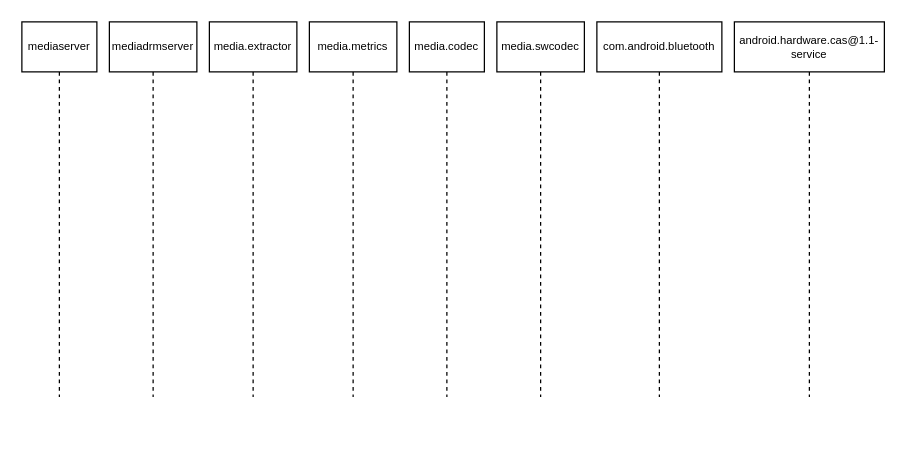
abhishekkumardwivedi/mindmap keeps this draw.io diagram as page "Page-4" (4 of 5) of flow.drawio. Above is the earlier version. Source tidied: cells renumbered, new cells numbered last; positions are measured from the earlier drawing's top-left corner, leaving out a move shared by most shapes. Both pictures are drawn from the tidied source at 125%, with x=0, y=0 at pixel (21, 21).
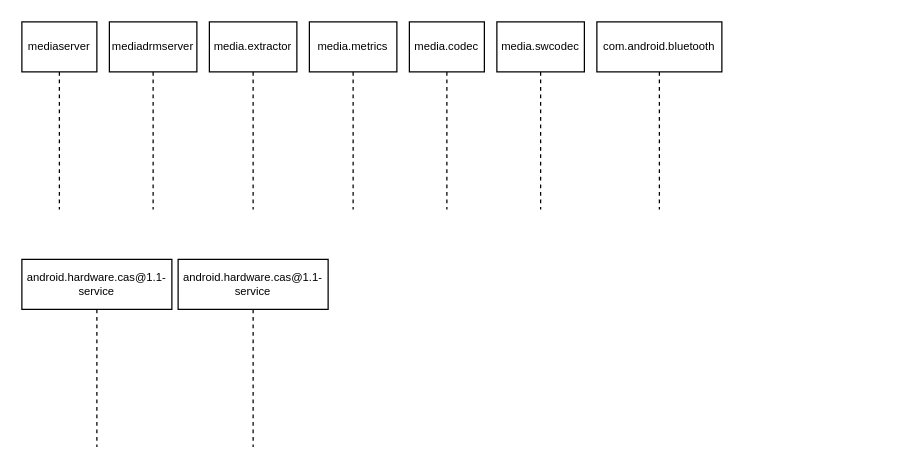
After the change.

What changed in the source:
```diff
@@
 <mxGraphModel>
   <root>
     <mxCell id="0" />
     <mxCell id="1" parent="0" />
     <mxCell id="2" value="mediaserver" style="shape=umlLifeline;perimeter=lifelinePerimeter;whiteSpace=wrap;html=1;fontSize=9;" parent="1" vertex="1">
-      <mxGeometry width="60" height="300" as="geometry" />
+      <mxGeometry width="60" height="150" as="geometry" />
     </mxCell>
     <mxCell id="3" value="mediadrmserver" style="shape=umlLifeline;perimeter=lifelinePerimeter;whiteSpace=wrap;html=1;fontSize=9;" parent="1" vertex="1">
-      <mxGeometry x="70" width="70" height="300" as="geometry" />
+      <mxGeometry x="70" width="70" height="150" as="geometry" />
     </mxCell>
     <mxCell id="4" value="media.extractor" style="shape=umlLifeline;perimeter=lifelinePerimeter;whiteSpace=wrap;html=1;fontSize=9;" parent="1" vertex="1">
-      <mxGeometry x="150" width="70" height="300" as="geometry" />
+      <mxGeometry x="150" width="70" height="150" as="geometry" />
     </mxCell>
     <mxCell id="5" value="media.metrics" style="shape=umlLifeline;perimeter=lifelinePerimeter;whiteSpace=wrap;html=1;fontSize=9;" parent="1" vertex="1">
-      <mxGeometry x="230" width="70" height="300" as="geometry" />
+      <mxGeometry x="230" width="70" height="150" as="geometry" />
     </mxCell>
     <mxCell id="6" value="media.codec" style="shape=umlLifeline;perimeter=lifelinePerimeter;whiteSpace=wrap;html=1;fontSize=9;" parent="1" vertex="1">
-      <mxGeometry x="310" width="60" height="300" as="geometry" />
+      <mxGeometry x="310" width="60" height="150" as="geometry" />
     </mxCell>
     <mxCell id="7" value="media.swcodec" style="shape=umlLifeline;perimeter=lifelinePerimeter;whiteSpace=wrap;html=1;fontSize=9;" parent="1" vertex="1">
-      <mxGeometry x="380" width="70" height="300" as="geometry" />
+      <mxGeometry x="380" width="70" height="150" as="geometry" />
     </mxCell>
     <mxCell id="8" value="com.android.bluetooth" style="shape=umlLifeline;perimeter=lifelinePerimeter;whiteSpace=wrap;html=1;fontSize=9;" parent="1" vertex="1">
-      <mxGeometry x="460" width="100" height="300" as="geometry" />
+      <mxGeometry x="460" width="100" height="150" as="geometry" />
     </mxCell>
     <mxCell id="9" value="android.hardware.cas@1.1-service" style="shape=umlLifeline;perimeter=lifelinePerimeter;whiteSpace=wrap;html=1;fontSize=9;" parent="1" vertex="1">
-      <mxGeometry x="570" width="120" height="300" as="geometry" />
+      <mxGeometry y="190" width="120" height="150" as="geometry" />
     </mxCell>
+    <mxCell id="10" value="android.hardware.cas@1.1-service" style="shape=umlLifeline;perimeter=lifelinePerimeter;whiteSpace=wrap;html=1;fontSize=9;" parent="1" vertex="1">
+      <mxGeometry x="125" y="190" width="120" height="150" as="geometry" />
+    </mxCell>
   </root>
 </mxGraphModel>
```
